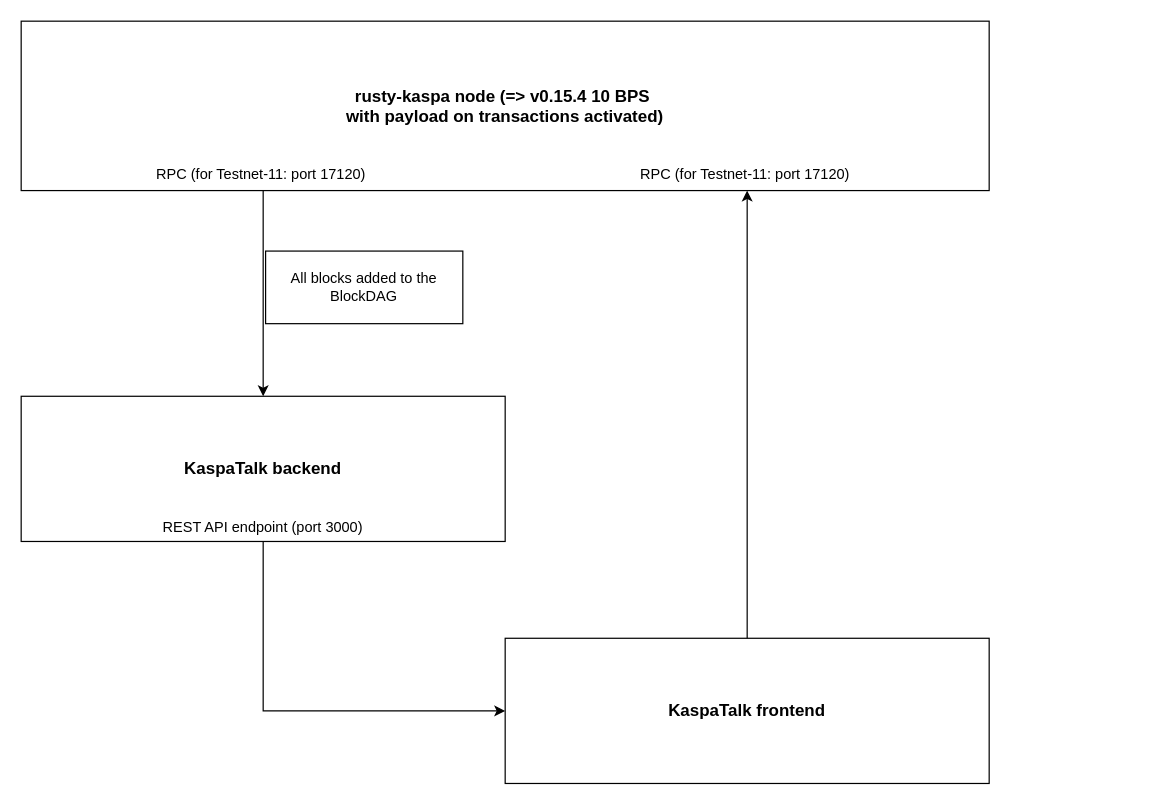
Above: Untitled Diagram.drawio in thesheepcat/kaspatalk-frontend (draw.io), before the change. Source tidied: cells renumbered, new cells numbered last; positions are measured from the earlier drawing's top-left corner, leaving out a move shared by most shapes. Both pictures are drawn from the tidied source at 121%, with x=0, y=0 at pixel (21, 21).
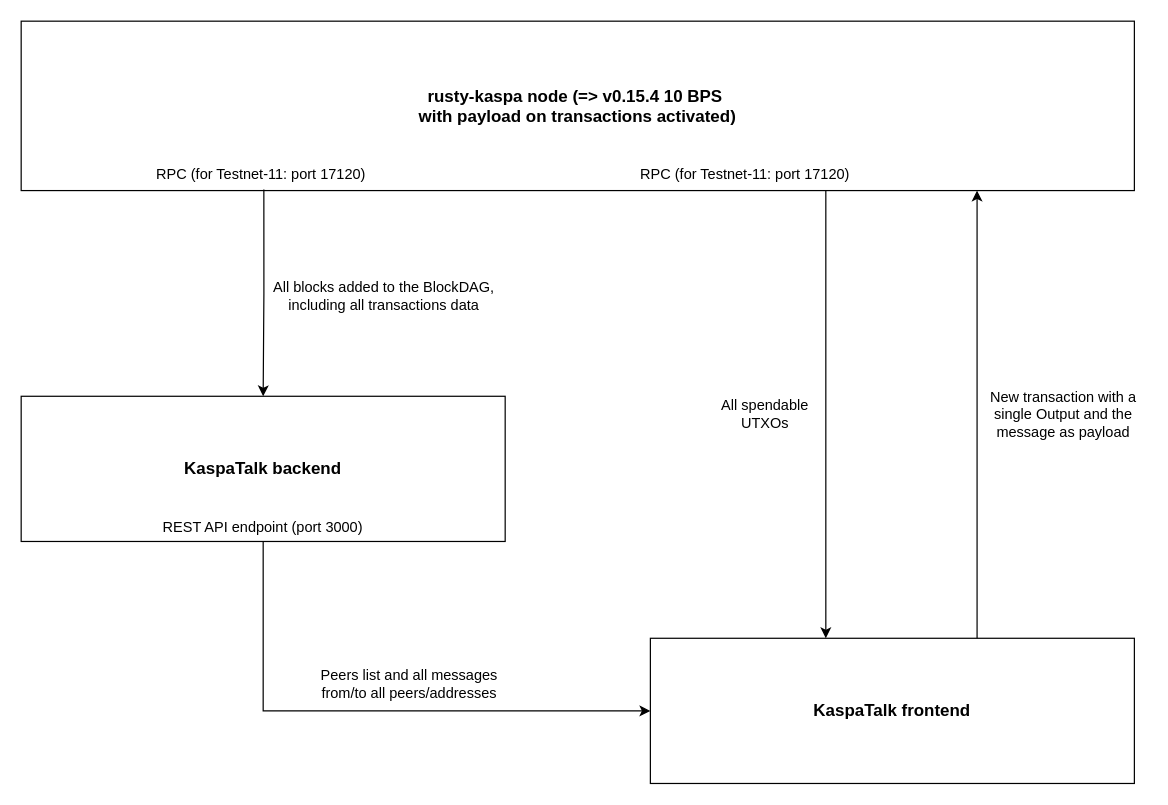
The same diagram, later.

The edit, as a diff of the source:
```diff
@@
 <mxGraphModel>
   <root>
     <mxCell id="0" />
     <mxCell id="1" parent="0" />
     <mxCell id="2" value="rusty-kaspa node (=&amp;gt; v0.15.4 10 BPS&amp;nbsp;&lt;div&gt;with payload on transactions activated)&lt;/div&gt;" style="whiteSpace=wrap;html=1;fontSize=14;fontStyle=1;" parent="1" vertex="1">
-      <mxGeometry width="800" height="140" as="geometry" />
+      <mxGeometry width="920" height="140" as="geometry" />
     </mxCell>
-    <mxCell id="3" style="edgeStyle=orthogonalEdgeStyle;rounded=0;jettySize=auto;html=1;exitX=0.25;exitY=1;exitDx=0;exitDy=0;entryX=0.5;entryY=0;entryDx=0;entryDy=0;" parent="1" edge="1" source="2" target="4">
+    <mxCell id="3" style="edgeStyle=orthogonalEdgeStyle;rounded=0;jettySize=auto;html=1;exitX=0.218;exitY=0.993;exitDx=0;exitDy=0;entryX=0.5;entryY=0;entryDx=0;entryDy=0;exitPerimeter=0;" parent="1" edge="1" source="2" target="4">
       <mxGeometry relative="1" as="geometry" />
     </mxCell>
     <mxCell id="4" value="KaspaTalk backend" style="whiteSpace=wrap;html=1;fontSize=14;fontStyle=1;" parent="1" vertex="1">
       <mxGeometry y="310" width="400" height="120" as="geometry" />
     </mxCell>
     <mxCell id="5" value="KaspaTalk frontend" style="whiteSpace=wrap;html=1;fontSize=14;fontStyle=1;" parent="1" vertex="1">
-      <mxGeometry x="400" y="510" width="400" height="120" as="geometry" />
+      <mxGeometry x="520" y="510" width="400" height="120" as="geometry" />
     </mxCell>
-    <mxCell id="6" style="edgeStyle=orthogonalEdgeStyle;rounded=0;jettySize=auto;html=1;exitX=0.5;exitY=0;exitDx=0;exitDy=0;entryX=0.75;entryY=1;entryDx=0;entryDy=0;" parent="1" edge="1" source="5" target="2">
-      <mxGeometry relative="1" as="geometry" />
+    <mxCell id="6" style="edgeStyle=orthogonalEdgeStyle;rounded=0;orthogonalLoop=1;jettySize=auto;html=1;exitX=0.5;exitY=0;exitDx=0;exitDy=0;entryX=0.75;entryY=1;entryDx=0;entryDy=0;" parent="1" edge="1">
+      <mxGeometry relative="1" as="geometry">
+        <mxPoint x="790" y="510" as="sourcePoint" />
+        <mxPoint x="790" y="140" as="targetPoint" />
+      </mxGeometry>
     </mxCell>
     <mxCell id="7" style="edgeStyle=orthogonalEdgeStyle;rounded=0;jettySize=auto;html=1;exitX=0.5;exitY=1;exitDx=0;exitDy=0;entryX=0;entryY=0.5;entryDx=0;entryDy=0;" parent="1" edge="1" source="4" target="5">
       <mxGeometry relative="1" as="geometry" />
     </mxCell>
     <mxCell id="8" value="&lt;h1 style=&quot;margin-top: 0px;&quot;&gt;&lt;span style=&quot;background-color: transparent; color: light-dark(rgb(0, 0, 0), rgb(255, 255, 255)); font-size: 12px; font-weight: normal;&quot;&gt;RPC (for Testnet-11: port 17120)&lt;/span&gt;&lt;/h1&gt;" style="text;html=1;whiteSpace=wrap;overflow=hidden;rounded=0;verticalAlign=middle;" parent="1" vertex="1">
       <mxGeometry x="110" y="106" width="180" height="30" as="geometry" />
     </mxCell>
     <mxCell id="9" value="&lt;h1 style=&quot;margin-top: 0px;&quot;&gt;&lt;span style=&quot;background-color: transparent; color: light-dark(rgb(0, 0, 0), rgb(255, 255, 255)); font-size: 12px; font-weight: normal;&quot;&gt;RPC (for Testnet-11: port 17120)&lt;/span&gt;&lt;/h1&gt;" style="text;html=1;whiteSpace=wrap;overflow=hidden;rounded=0;verticalAlign=middle;" parent="1" vertex="1">
       <mxGeometry x="510" y="106" width="180" height="30" as="geometry" />
     </mxCell>
     <mxCell id="10" value="&lt;h1 style=&quot;margin-top: 0px;&quot;&gt;&lt;span style=&quot;background-color: transparent; color: light-dark(rgb(0, 0, 0), rgb(255, 255, 255)); font-size: 12px; font-weight: normal;&quot;&gt;REST API endpoint (port 3000)&lt;/span&gt;&lt;/h1&gt;" style="text;html=1;whiteSpace=wrap;overflow=hidden;rounded=0;verticalAlign=middle;align=center;" parent="1" vertex="1">
       <mxGeometry x="110" y="398" width="180" height="30" as="geometry" />
     </mxCell>
-    <mxCell id="11" value="All blocks added to the BlockDAG" style="rounded=0;whiteSpace=wrap;html=1;labelBackgroundColor=none;fontColor=default;" parent="1" vertex="1">
-      <mxGeometry x="202" y="190" width="163" height="60" as="geometry" />
-    </mxCell>
+    <mxCell id="12" value="All blocks added to the BlockDAG, including all transactions data" style="text;html=1;align=center;verticalAlign=middle;whiteSpace=wrap;rounded=0;" parent="1" vertex="1">
+      <mxGeometry x="200" y="192" width="200" height="70" as="geometry" />
+    </mxCell>
+    <mxCell id="13" value="Peers list and all messages from/to all peers/addresses" style="text;html=1;align=center;verticalAlign=middle;whiteSpace=wrap;rounded=0;" parent="1" vertex="1">
+      <mxGeometry x="241" y="523" width="160" height="50" as="geometry" />
+    </mxCell>
+    <mxCell id="14" value="New transaction with a single Output and the message as payload" style="text;html=1;align=center;verticalAlign=middle;whiteSpace=wrap;rounded=0;" parent="1" vertex="1">
+      <mxGeometry x="793" y="290" width="137" height="70" as="geometry" />
+    </mxCell>
+    <mxCell id="15" style="edgeStyle=orthogonalEdgeStyle;rounded=0;orthogonalLoop=1;jettySize=auto;html=1;exitX=0.5;exitY=0;exitDx=0;exitDy=0;entryX=0.75;entryY=1;entryDx=0;entryDy=0;" parent="1" edge="1">
+      <mxGeometry relative="1" as="geometry">
+        <mxPoint x="665" y="140" as="sourcePoint" />
+        <mxPoint x="665" y="510" as="targetPoint" />
+      </mxGeometry>
+    </mxCell>
+    <mxCell id="16" value="All spendable UTXOs" style="text;html=1;align=center;verticalAlign=middle;whiteSpace=wrap;rounded=0;" parent="1" vertex="1">
+      <mxGeometry x="560" y="290" width="110" height="70" as="geometry" />
+    </mxCell>
   </root>
 </mxGraphModel>
```
